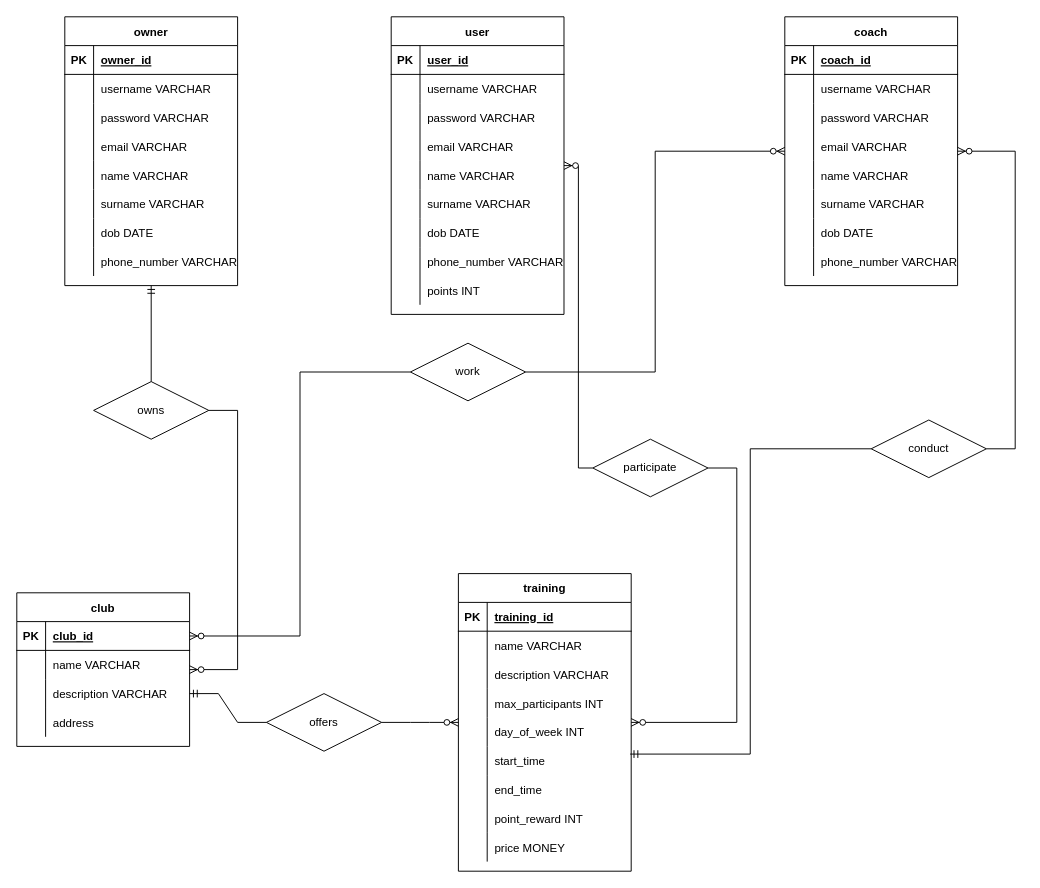
Before: documentation/ERD/ERDdiagram.drawio in piotr-jadczak/ProjektFitness-Spring-Boot-Aplication, a draw.io diagram. Source tidied: cells renumbered, new cells numbered last; positions are measured from the earlier drawing's top-left corner, leaving out a move shared by most shapes. Both pictures are drawn from the tidied source at 96%, with x=0, y=0 at pixel (16, 16).
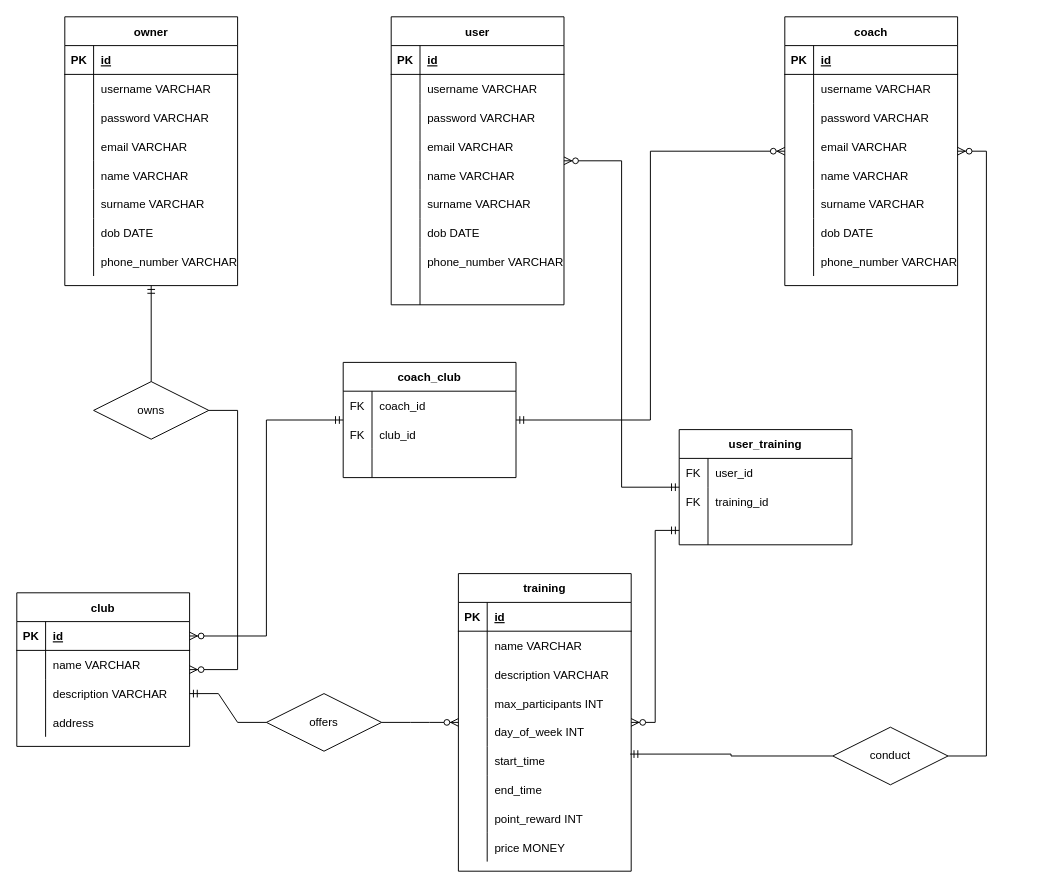
The same diagram, later.

Commit message (it also covers changes not shown here):
update ERD diagram

The change refers to these unchanged cells:
```xml
<mxCell id="3" style="shape=partialRectangle;fillColor=none;top=0;left=0;bottom=1;right=0;" parent="2" vertex="1">
  <mxGeometry y="30" width="180" height="30" as="geometry" />
</mxCell>
<mxCell id="28" style="shape=partialRectangle;fillColor=none;top=0;left=0;bottom=1;right=0;" parent="27" vertex="1">
  <mxGeometry y="30" width="180" height="30" as="geometry" />
</mxCell>
<mxCell id="52" style="shape=partialRectangle;fillColor=none;top=0;left=0;bottom=0;right=0;" parent="27" vertex="1">
  <mxGeometry y="270" width="180" height="30" as="geometry" />
</mxCell>
<mxCell id="55" value="coach" style="shape=table;startSize=30;childLayout=tableLayout;rowLines=0;fontStyle=1;align=center;" parent="1" vertex="1">
  <mxGeometry x="800" width="180" height="280" as="geometry" />
</mxCell>
<mxCell id="56" style="shape=partialRectangle;fillColor=none;top=0;left=0;bottom=1;right=0;" parent="55" vertex="1">
  <mxGeometry y="30" width="180" height="30" as="geometry" />
</mxCell>
<mxCell id="81" style="shape=partialRectangle;fillColor=none;top=0;left=0;bottom=1;right=0;points=[[0,0.5],[1,0.5]];portConstraint=eastwest;" parent="80" vertex="1">
  <mxGeometry y="30" width="180" height="30" as="geometry" />
</mxCell>
<mxCell id="95" value="training" style="shape=table;startSize=30;childLayout=tableLayout;rowLines=0;fontStyle=1;align=center;" parent="1" vertex="1">
  <mxGeometry x="460" y="580" width="180" height="310" as="geometry" />
</mxCell>
<mxCell id="96" style="shape=partialRectangle;fillColor=none;top=0;left=0;bottom=1;right=0;" parent="95" vertex="1">
  <mxGeometry y="30" width="180" height="30" as="geometry" />
</mxCell>
```

What changed in the source:
```diff
@@
-    <mxCell id="5" value="owner_id" style="shape=partialRectangle;fillColor=none;top=0;left=0;bottom=0;right=0;align=left;spacingLeft=6;fontStyle=5;overflow=hidden;" parent="3" vertex="1">
+    <mxCell id="5" value="id" style="shape=partialRectangle;fillColor=none;top=0;left=0;bottom=0;right=0;align=left;spacingLeft=6;fontStyle=5;overflow=hidden;" parent="3" vertex="1">
       <mxGeometry x="30" width="150" height="30" as="geometry" />
     </mxCell>
@@
     <mxCell id="27" value="user" style="shape=table;startSize=30;childLayout=tableLayout;rowLines=0;fontStyle=1;align=center;" parent="1" vertex="1">
-      <mxGeometry x="390" width="180" height="310" as="geometry" />
+      <mxGeometry x="390" width="180" height="300" as="geometry" />
     </mxCell>
@@
-    <mxCell id="30" value="user_id" style="shape=partialRectangle;fillColor=none;top=0;left=0;bottom=0;right=0;align=left;spacingLeft=6;fontStyle=5;overflow=hidden;" parent="28" vertex="1">
+    <mxCell id="30" value="id" style="shape=partialRectangle;fillColor=none;top=0;left=0;bottom=0;right=0;align=left;spacingLeft=6;fontStyle=5;overflow=hidden;" parent="28" vertex="1">
       <mxGeometry x="30" width="150" height="30" as="geometry" />
     </mxCell>
@@
-    <mxCell id="54" value="points INT" style="shape=partialRectangle;fillColor=none;top=0;left=0;bottom=0;right=0;align=left;spacingLeft=6;overflow=hidden;" parent="52" vertex="1">
+    <mxCell id="54" style="shape=partialRectangle;fillColor=none;top=0;left=0;bottom=0;right=0;align=left;spacingLeft=6;overflow=hidden;" parent="52" vertex="1">
       <mxGeometry x="30" width="150" height="30" as="geometry" />
     </mxCell>
@@
-    <mxCell id="58" value="coach_id" style="shape=partialRectangle;fillColor=none;top=0;left=0;bottom=0;right=0;align=left;spacingLeft=6;fontStyle=5;overflow=hidden;" parent="56" vertex="1">
+    <mxCell id="58" value="id" style="shape=partialRectangle;fillColor=none;top=0;left=0;bottom=0;right=0;align=left;spacingLeft=6;fontStyle=5;overflow=hidden;" parent="56" vertex="1">
       <mxGeometry x="30" width="150" height="30" as="geometry" />
     </mxCell>
@@
-    <mxCell id="83" value="club_id" style="shape=partialRectangle;fillColor=none;top=0;left=0;bottom=0;right=0;align=left;spacingLeft=6;fontStyle=5;overflow=hidden;" parent="81" vertex="1">
+    <mxCell id="83" value="id" style="shape=partialRectangle;fillColor=none;top=0;left=0;bottom=0;right=0;align=left;spacingLeft=6;fontStyle=5;overflow=hidden;" parent="81" vertex="1">
       <mxGeometry x="30" width="150" height="30" as="geometry" />
     </mxCell>
@@
-    <mxCell id="98" value="training_id" style="shape=partialRectangle;fillColor=none;top=0;left=0;bottom=0;right=0;align=left;spacingLeft=6;fontStyle=5;overflow=hidden;" parent="96" vertex="1">
+    <mxCell id="98" value="id" style="shape=partialRectangle;fillColor=none;top=0;left=0;bottom=0;right=0;align=left;spacingLeft=6;fontStyle=5;overflow=hidden;" parent="96" vertex="1">
       <mxGeometry x="30" width="150" height="30" as="geometry" />
     </mxCell>
@@
-    <mxCell id="123" value="participate" style="shape=rhombus;perimeter=rhombusPerimeter;whiteSpace=wrap;html=1;align=center;" parent="1" vertex="1">
-      <mxGeometry x="600" y="440" width="120" height="60" as="geometry" />
-    </mxCell>
@@
-    <mxCell id="125" style="fontSize=12;html=1;endArrow=ERzeroToMany;endFill=1;rounded=0;exitX=0;exitY=0.5;exitDx=0;exitDy=0;edgeStyle=elbowEdgeStyle;" parent="1" edge="1" source="123" target="27">
-      <mxGeometry relative="1" as="geometry" />
-    </mxCell>
-    <mxCell id="126" style="edgeStyle=entityRelationEdgeStyle;fontSize=12;html=1;endArrow=ERzeroToMany;endFill=1;rounded=0;" parent="1" edge="1" source="123" target="95">
-      <mxGeometry relative="1" as="geometry" />
-    </mxCell>
     <mxCell id="127" value="conduct" style="shape=rhombus;perimeter=rhombusPerimeter;whiteSpace=wrap;html=1;align=center;" parent="1" vertex="1">
-      <mxGeometry x="890" y="420" width="120" height="60" as="geometry" />
+      <mxGeometry x="850" y="740" width="120" height="60" as="geometry" />
     </mxCell>
@@
-    <mxCell id="133" value="work" style="shape=rhombus;perimeter=rhombusPerimeter;whiteSpace=wrap;html=1;align=center;" parent="1" vertex="1">
-      <mxGeometry x="410" y="340" width="120" height="60" as="geometry" />
-    </mxCell>
-    <mxCell id="134" style="edgeStyle=elbowEdgeStyle;fontSize=12;html=1;endArrow=ERzeroToMany;endFill=1;rounded=0;" parent="1" edge="1" source="133" target="55">
-      <mxGeometry relative="1" as="geometry" />
-    </mxCell>
-    <mxCell id="135" style="edgeStyle=elbowEdgeStyle;fontSize=12;html=1;endArrow=ERzeroToMany;endFill=1;rounded=0;" parent="1" edge="1" source="133" target="81">
-      <mxGeometry relative="1" as="geometry" />
-    </mxCell>
+    <mxCell id="136" value="coach_club" style="shape=table;startSize=30;childLayout=tableLayout;rowLines=0;fontStyle=1;align=center;" parent="1" vertex="1">
+      <mxGeometry x="340" y="360" width="180" height="120" as="geometry" />
+    </mxCell>
+    <mxCell id="137" style="shape=partialRectangle;fillColor=none;top=0;left=0;bottom=0;right=0;" parent="136" vertex="1">
+      <mxGeometry y="30" width="180" height="30" as="geometry" />
+    </mxCell>
+    <mxCell id="138" value="FK" style="shape=partialRectangle;fillColor=none;top=0;left=0;bottom=0;right=0;overflow=hidden;" parent="137" vertex="1">
+      <mxGeometry width="30" height="30" as="geometry" />
+    </mxCell>
+    <mxCell id="139" value="coach_id" style="shape=partialRectangle;fillColor=none;top=0;left=0;bottom=0;right=0;align=left;spacingLeft=6;overflow=hidden;" parent="137" vertex="1">
+      <mxGeometry x="30" width="150" height="30" as="geometry" />
+    </mxCell>
+    <mxCell id="140" style="shape=partialRectangle;fillColor=none;top=0;left=0;bottom=0;right=0;" parent="136" vertex="1">
+      <mxGeometry y="60" width="180" height="30" as="geometry" />
+    </mxCell>
+    <mxCell id="141" value="FK" style="shape=partialRectangle;fillColor=none;top=0;left=0;bottom=0;right=0;overflow=hidden;" parent="140" vertex="1">
+      <mxGeometry width="30" height="30" as="geometry" />
+    </mxCell>
+    <mxCell id="142" value="club_id" style="shape=partialRectangle;fillColor=none;top=0;left=0;bottom=0;right=0;align=left;spacingLeft=6;overflow=hidden;" parent="140" vertex="1">
+      <mxGeometry x="30" width="150" height="30" as="geometry" />
+    </mxCell>
+    <mxCell id="143" style="shape=partialRectangle;fillColor=none;top=0;left=0;bottom=0;right=0;" parent="136" vertex="1">
+      <mxGeometry y="90" width="180" height="30" as="geometry" />
+    </mxCell>
+    <mxCell id="144" style="shape=partialRectangle;fillColor=none;top=0;left=0;bottom=0;right=0;overflow=hidden;" parent="143" vertex="1">
+      <mxGeometry width="30" height="30" as="geometry" />
+    </mxCell>
+    <mxCell id="145" style="shape=partialRectangle;fillColor=none;top=0;left=0;bottom=0;right=0;align=left;spacingLeft=6;overflow=hidden;" parent="143" vertex="1">
+      <mxGeometry x="30" width="150" height="30" as="geometry" />
+    </mxCell>
+    <mxCell id="146" style="edgeStyle=elbowEdgeStyle;fontSize=12;html=1;endArrow=ERzeroToMany;startArrow=ERmandOne;rounded=0;" parent="1" edge="1" source="136" target="55">
+      <mxGeometry relative="1" as="geometry" />
+    </mxCell>
+    <mxCell id="147" style="edgeStyle=elbowEdgeStyle;fontSize=12;html=1;endArrow=ERzeroToMany;startArrow=ERmandOne;rounded=0;entryX=1;entryY=0.5;entryDx=0;entryDy=0;" parent="1" edge="1" source="136" target="81">
+      <mxGeometry relative="1" as="geometry" />
+    </mxCell>
+    <mxCell id="148" value="user_training" style="shape=table;startSize=30;childLayout=tableLayout;rowLines=0;fontStyle=1;align=center;" parent="1" vertex="1">
+      <mxGeometry x="690" y="430" width="180" height="120" as="geometry" />
+    </mxCell>
+    <mxCell id="149" style="shape=partialRectangle;fillColor=none;top=0;left=0;bottom=0;right=0;" parent="148" vertex="1">
+      <mxGeometry y="30" width="180" height="30" as="geometry" />
+    </mxCell>
+    <mxCell id="150" value="FK" style="shape=partialRectangle;fillColor=none;top=0;left=0;bottom=0;right=0;overflow=hidden;" parent="149" vertex="1">
+      <mxGeometry width="30" height="30" as="geometry" />
+    </mxCell>
+    <mxCell id="151" value="user_id" style="shape=partialRectangle;fillColor=none;top=0;left=0;bottom=0;right=0;align=left;spacingLeft=6;overflow=hidden;" parent="149" vertex="1">
+      <mxGeometry x="30" width="150" height="30" as="geometry" />
+    </mxCell>
+    <mxCell id="152" style="shape=partialRectangle;fillColor=none;top=0;left=0;bottom=0;right=0;" parent="148" vertex="1">
+      <mxGeometry y="60" width="180" height="30" as="geometry" />
+    </mxCell>
+    <mxCell id="153" value="FK" style="shape=partialRectangle;fillColor=none;top=0;left=0;bottom=0;right=0;overflow=hidden;" parent="152" vertex="1">
+      <mxGeometry width="30" height="30" as="geometry" />
+    </mxCell>
+    <mxCell id="154" value="training_id" style="shape=partialRectangle;fillColor=none;top=0;left=0;bottom=0;right=0;align=left;spacingLeft=6;overflow=hidden;" parent="152" vertex="1">
+      <mxGeometry x="30" width="150" height="30" as="geometry" />
+    </mxCell>
+    <mxCell id="155" style="shape=partialRectangle;fillColor=none;top=0;left=0;bottom=0;right=0;points=[[0,0.5],[1,0.5]];portConstraint=eastwest;" parent="148" vertex="1">
+      <mxGeometry y="90" width="180" height="30" as="geometry" />
+    </mxCell>
+    <mxCell id="156" style="shape=partialRectangle;fillColor=none;top=0;left=0;bottom=0;right=0;overflow=hidden;" parent="155" vertex="1">
+      <mxGeometry width="30" height="30" as="geometry" />
+    </mxCell>
+    <mxCell id="157" style="shape=partialRectangle;fillColor=none;top=0;left=0;bottom=0;right=0;align=left;spacingLeft=6;overflow=hidden;" parent="155" vertex="1">
+      <mxGeometry x="30" width="150" height="30" as="geometry" />
+    </mxCell>
+    <mxCell id="158" style="edgeStyle=elbowEdgeStyle;fontSize=12;html=1;endArrow=ERzeroToMany;startArrow=ERmandOne;rounded=0;" parent="1" edge="1" source="148" target="27">
+      <mxGeometry relative="1" as="geometry" />
+    </mxCell>
+    <mxCell id="159" style="edgeStyle=elbowEdgeStyle;fontSize=12;html=1;endArrow=ERzeroToMany;startArrow=ERmandOne;rounded=0;" parent="1" edge="1" source="155" target="95">
+      <mxGeometry relative="1" as="geometry" />
+    </mxCell>
```
